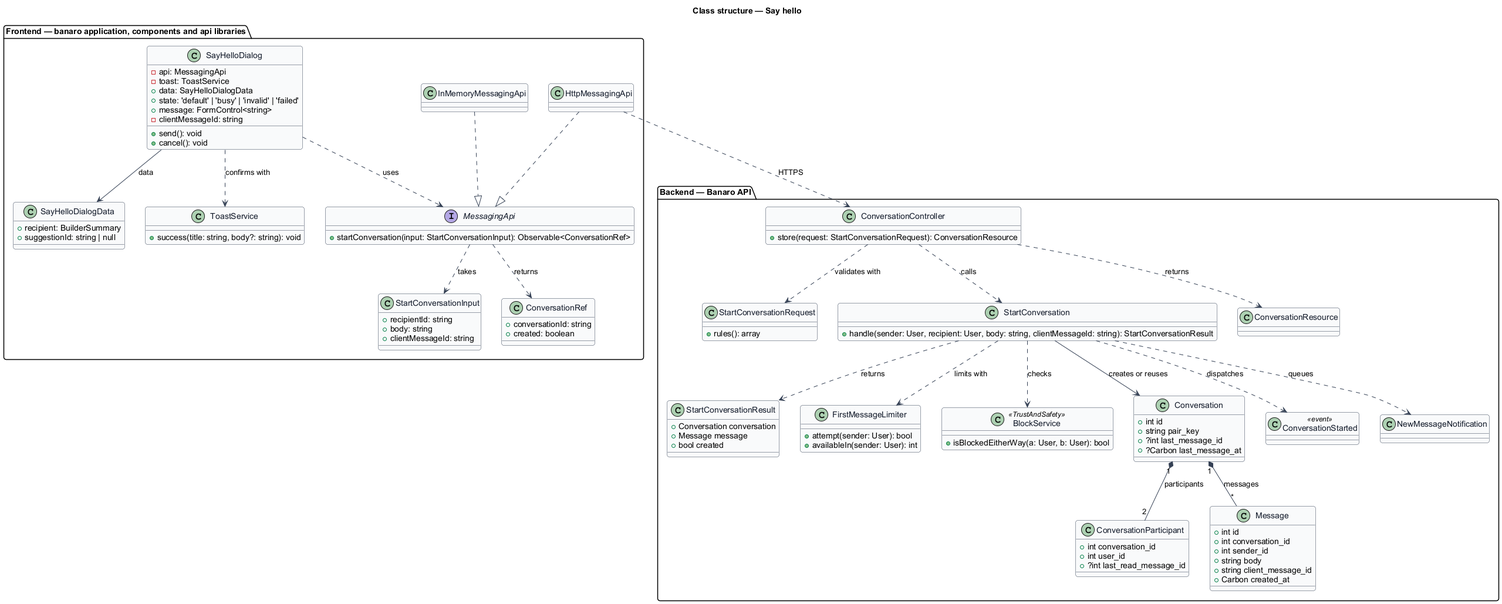
Earlier version of the PlantUML export docs/detailed-designs/messaging/say-hello/diagrams/class-structure.png (QuinntyneBrown/banaro). The source it was exported from:
```plantuml
@startuml
skinparam backgroundColor #FFFFFF
skinparam shadowing false
skinparam roundcorner 8
skinparam defaultFontName Arial
skinparam ArrowColor #344054
skinparam class {
  BorderColor #344054
  FontColor #101828
  BackgroundColor #F9FAFB
}
title Class structure — Say hello

package "Frontend — banaro application, components and api libraries" {
  class SayHelloDialog {
    -api: MessagingApi
    -toast: ToastService
    +data: SayHelloDialogData
    +state: 'default' | 'busy' | 'invalid' | 'failed'
    +message: FormControl<string>
    -clientMessageId: string
    +send(): void
    +cancel(): void
  }
  class SayHelloDialogData {
    +recipient: BuilderSummary
    +suggestionId: string | null
  }
  class ToastService {
    +success(title: string, body?: string): void
  }
  interface MessagingApi {
    +startConversation(input: StartConversationInput): Observable<ConversationRef>
  }
  class HttpMessagingApi
  class InMemoryMessagingApi
  class StartConversationInput {
    +recipientId: string
    +body: string
    +clientMessageId: string
  }
  class ConversationRef {
    +conversationId: string
    +created: boolean
  }
}

package "Backend — Banaro API" {
  class ConversationController {
    +store(request: StartConversationRequest): ConversationResource
  }
  class StartConversationRequest {
    +rules(): array
  }
  class StartConversation {
    +handle(sender: User, recipient: User, body: string, clientMessageId: string): StartConversationResult
  }
  class StartConversationResult {
    +Conversation conversation
    +Message message
    +bool created
  }
  class FirstMessageLimiter {
    +attempt(sender: User): bool
    +availableIn(sender: User): int
  }
  class BlockService <<TrustAndSafety>> {
    +isBlockedEitherWay(a: User, b: User): bool
  }
  class Conversation {
    +int id
    +string pair_key
    +?int last_message_id
    +?Carbon last_message_at
  }
  class ConversationParticipant {
    +int conversation_id
    +int user_id
    +?int last_read_message_id
  }
  class Message {
    +int id
    +int conversation_id
    +int sender_id
    +string body
    +string client_message_id
    +Carbon created_at
  }
  class ConversationResource
  class ConversationStarted <<event>>
  class NewMessageNotification
}

SayHelloDialog ..> MessagingApi : uses
SayHelloDialog ..> ToastService : confirms with
SayHelloDialog --> SayHelloDialogData : data
HttpMessagingApi ..|> MessagingApi
InMemoryMessagingApi ..|> MessagingApi
MessagingApi ..> StartConversationInput : takes
MessagingApi ..> ConversationRef : returns
HttpMessagingApi ..> ConversationController : HTTPS

ConversationController ..> StartConversationRequest : validates with
ConversationController ..> StartConversation : calls
ConversationController ..> ConversationResource : returns
StartConversation ..> BlockService : checks
StartConversation ..> FirstMessageLimiter : limits with
StartConversation ..> StartConversationResult : returns
StartConversation ..> ConversationStarted : dispatches
StartConversation ..> NewMessageNotification : queues
StartConversation --> Conversation : creates or reuses
Conversation "1" *-- "2" ConversationParticipant : participants
Conversation "1" *-- "*" Message : messages
@enduml
```
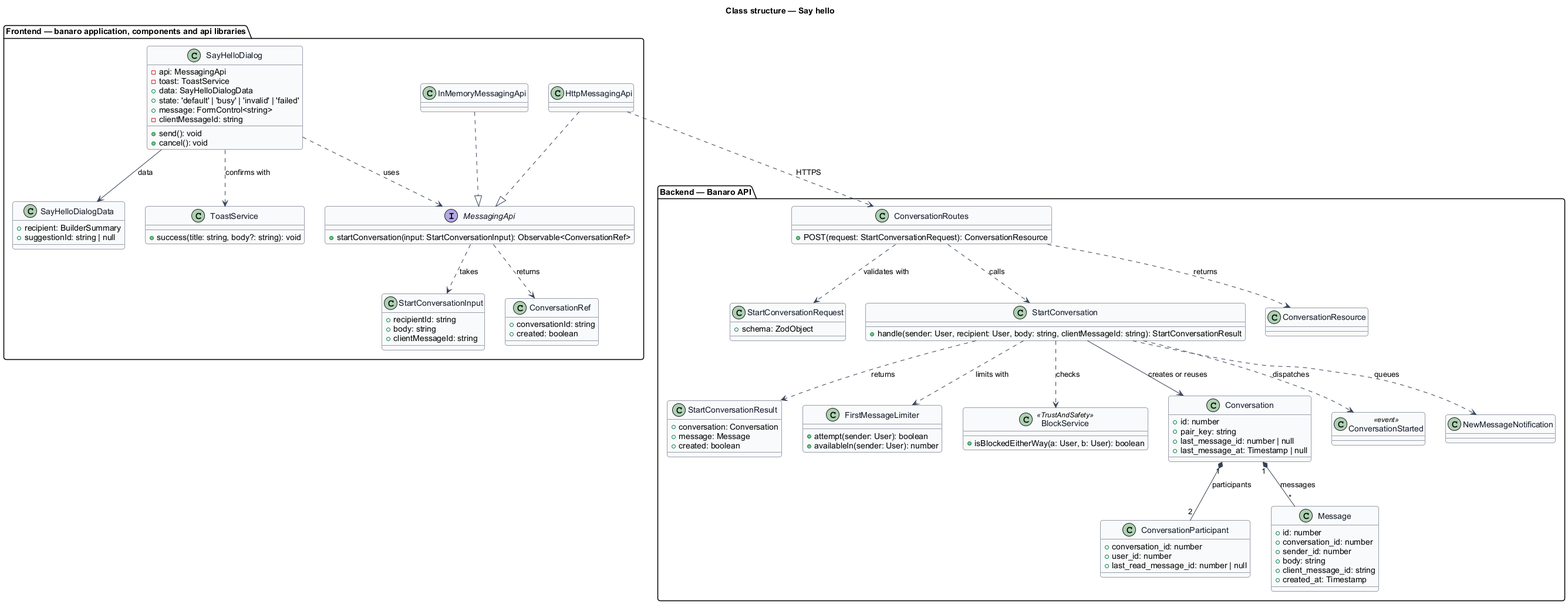
The same file after the commit.

Diff of the diagram source:
```diff
@@ -46,45 +46,45 @@
 }
 
 package "Backend — Banaro API" {
-  class ConversationController {
-    +store(request: StartConversationRequest): ConversationResource
+  class ConversationRoutes {
+    +POST(request: StartConversationRequest): ConversationResource
   }
   class StartConversationRequest {
-    +rules(): array
+    +schema: ZodObject
   }
   class StartConversation {
     +handle(sender: User, recipient: User, body: string, clientMessageId: string): StartConversationResult
   }
   class StartConversationResult {
-    +Conversation conversation
-    +Message message
-    +bool created
+    +conversation: Conversation
+    +message: Message
+    +created: boolean
   }
   class FirstMessageLimiter {
-    +attempt(sender: User): bool
-    +availableIn(sender: User): int
+    +attempt(sender: User): boolean
+    +availableIn(sender: User): number
   }
   class BlockService <<TrustAndSafety>> {
-    +isBlockedEitherWay(a: User, b: User): bool
+    +isBlockedEitherWay(a: User, b: User): boolean
   }
   class Conversation {
-    +int id
-    +string pair_key
-    +?int last_message_id
-    +?Carbon last_message_at
+    +id: number
+    +pair_key: string
+    +last_message_id: number | null
+    +last_message_at: Timestamp | null
   }
   class ConversationParticipant {
-    +int conversation_id
-    +int user_id
-    +?int last_read_message_id
+    +conversation_id: number
+    +user_id: number
+    +last_read_message_id: number | null
   }
   class Message {
-    +int id
-    +int conversation_id
-    +int sender_id
-    +string body
-    +string client_message_id
-    +Carbon created_at
+    +id: number
+    +conversation_id: number
+    +sender_id: number
+    +body: string
+    +client_message_id: string
+    +created_at: Timestamp
   }
   class ConversationResource
   class ConversationStarted <<event>>
@@ -98,11 +98,11 @@
 InMemoryMessagingApi ..|> MessagingApi
 MessagingApi ..> StartConversationInput : takes
 MessagingApi ..> ConversationRef : returns
-HttpMessagingApi ..> ConversationController : HTTPS
+HttpMessagingApi ..> ConversationRoutes : HTTPS
 
-ConversationController ..> StartConversationRequest : validates with
-ConversationController ..> StartConversation : calls
-ConversationController ..> ConversationResource : returns
+ConversationRoutes ..> StartConversationRequest : validates with
+ConversationRoutes ..> StartConversation : calls
+ConversationRoutes ..> ConversationResource : returns
 StartConversation ..> BlockService : checks
 StartConversation ..> FirstMessageLimiter : limits with
 StartConversation ..> StartConversationResult : returns
```
